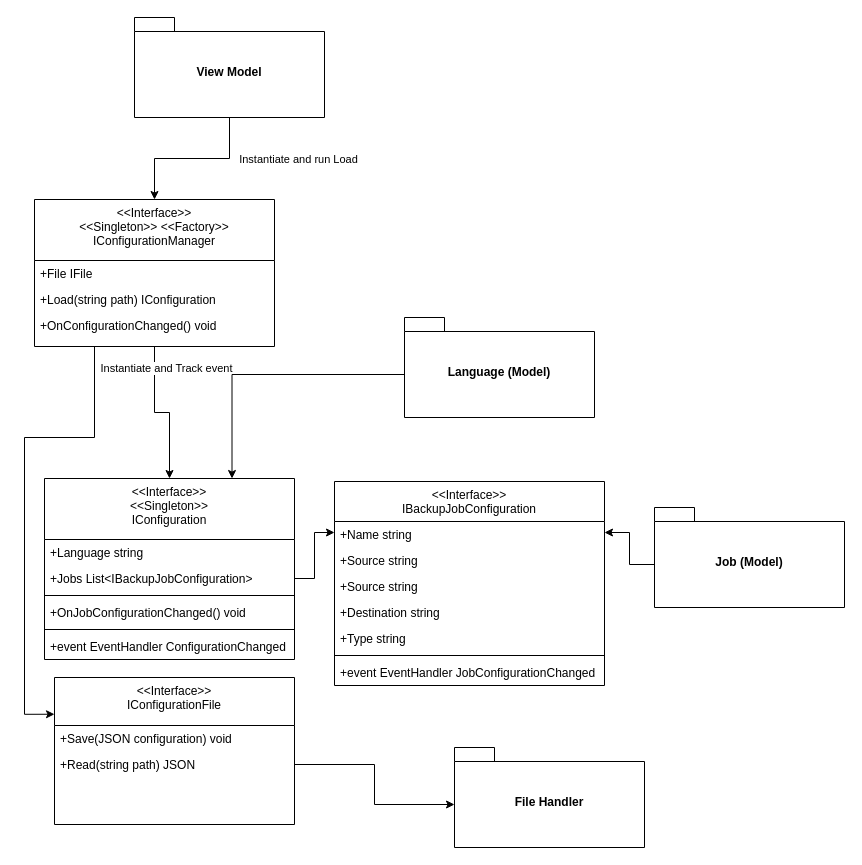
The draw.io diagram page "CONFIGURATION (MODEL)" (5 of 7) of Doc/Diagrams/Source Files/ClassDiagram.drawio in CESI-ORLEANS-INGE/ProjetGenieLogicielGroupe1, before the edit. Source tidied: cells renumbered, new cells numbered last; positions are measured from the earlier drawing's top-left corner, leaving out a move shared by most shapes. Both pictures are drawn from the tidied source at 100%, with x=0, y=0 at pixel (24, 17).
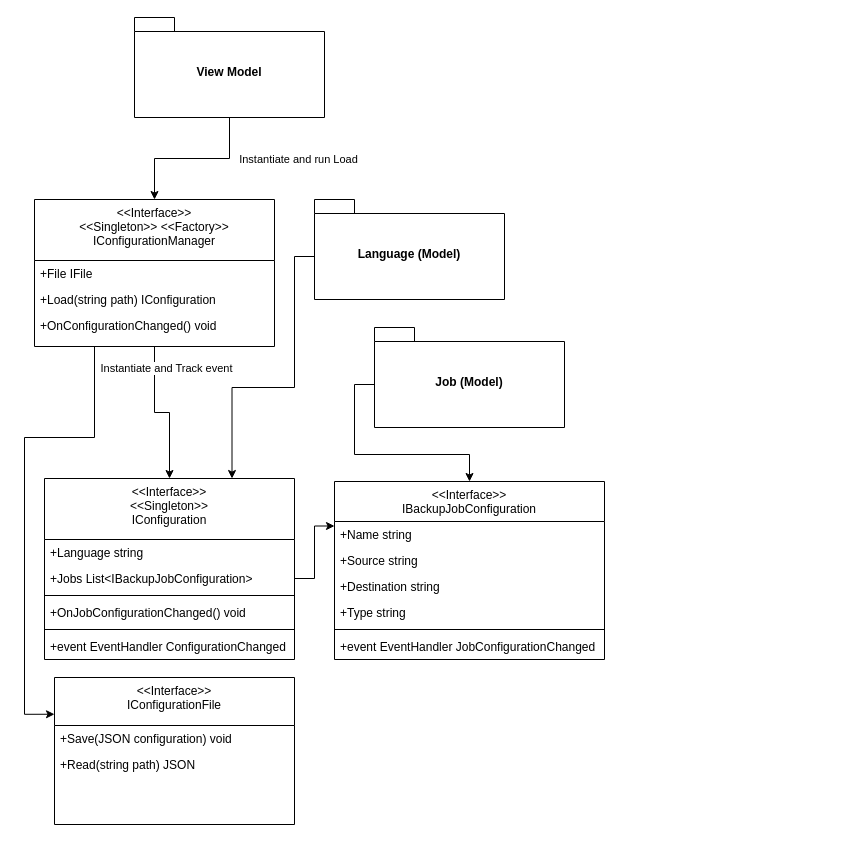
Above is the later version.

The change refers to these unchanged cells:
```xml
<mxCell id="2" value="&lt;&lt;Interface&gt;&gt;&#10;&lt;&lt;Singleton&gt;&gt;&#10;IConfiguration" style="swimlane;fontStyle=0;align=center;verticalAlign=top;horizontal=1;startSize=61;rounded=0;shadow=0;strokeWidth=1;" parent="1" vertex="1">
  <mxGeometry x="20" y="461" width="250" height="181" as="geometry" />
</mxCell>
<mxCell id="28" value="+Read(string path) JSON" style="text;align=left;verticalAlign=top;spacingLeft=4;spacingRight=4;overflow=hidden;points=[[0,0.5],[1,0.5]];portConstraint=eastwest;" parent="26" vertex="1">
  <mxGeometry y="74" width="240" height="26" as="geometry" />
</mxCell>
```

What changed in the source:
```diff
@@
     <mxCell id="9" value="&lt;&lt;Interface&gt;&gt;&#10;IBackupJobConfiguration" style="swimlane;fontStyle=0;align=center;verticalAlign=top;horizontal=1;startSize=40;rounded=0;shadow=0;strokeWidth=1;" parent="1" vertex="1">
-      <mxGeometry x="310" y="464" width="270" height="204" as="geometry" />
+      <mxGeometry x="310" y="464" width="270" height="178" as="geometry" />
     </mxCell>
@@
-    <mxCell id="12" value="+Source string" style="text;align=left;verticalAlign=top;spacingLeft=4;spacingRight=4;overflow=hidden;" parent="9" vertex="1">
-      <mxGeometry y="92" width="270" height="26" as="geometry" />
-    </mxCell>
     <mxCell id="13" value="+Destination string" style="text;align=left;verticalAlign=top;spacingLeft=4;spacingRight=4;overflow=hidden;" parent="9" vertex="1">
-      <mxGeometry y="118" width="270" height="26" as="geometry" />
+      <mxGeometry y="92" width="270" height="26" as="geometry" />
     </mxCell>
     <mxCell id="14" value="+Type string" style="text;align=left;verticalAlign=top;spacingLeft=4;spacingRight=4;overflow=hidden;" parent="9" vertex="1">
-      <mxGeometry y="144" width="270" height="26" as="geometry" />
+      <mxGeometry y="118" width="270" height="26" as="geometry" />
     </mxCell>
     <mxCell id="15" style="line;strokeWidth=1;fillColor=none;align=left;verticalAlign=middle;spacingTop=-1;spacingLeft=3;spacingRight=3;labelPosition=right;strokeColor=inherit;" parent="9" vertex="1">
-      <mxGeometry y="170" width="270" height="8" as="geometry" />
+      <mxGeometry y="144" width="270" height="8" as="geometry" />
     </mxCell>
     <mxCell id="16" value="+event EventHandler JobConfigurationChanged" style="text;align=left;verticalAlign=top;spacingLeft=4;spacingRight=4;overflow=hidden;" parent="9" vertex="1">
-      <mxGeometry y="178" width="270" height="26" as="geometry" />
+      <mxGeometry y="152" width="270" height="26" as="geometry" />
     </mxCell>
@@
-    <mxCell id="29" style="edgeStyle=orthogonalEdgeStyle;rounded=0;jettySize=auto;html=1;exitX=0;exitY=0;exitDx=0;exitDy=57;entryX=1;entryY=0.25;entryDx=0;entryDy=0;exitPerimeter=0;" parent="1" edge="1" source="33" target="9">
+    <mxCell id="29" style="edgeStyle=orthogonalEdgeStyle;rounded=0;jettySize=auto;html=1;exitX=0;exitY=0;exitDx=0;exitDy=57;exitPerimeter=0;" parent="1" edge="1" source="33" target="9">
       <mxGeometry relative="1" as="geometry" />
     </mxCell>
@@
-    <mxCell id="31" value="File Handler" style="shape=folder;fontStyle=1;spacingTop=10;tabWidth=40;tabHeight=14;tabPosition=left;html=1;whiteSpace=wrap;" parent="1" vertex="1">
-      <mxGeometry x="430" y="730" width="190" height="100" as="geometry" />
-    </mxCell>
-    <mxCell id="32" style="edgeStyle=orthogonalEdgeStyle;shape=connector;rounded=0;jumpStyle=arc;jettySize=auto;html=1;exitX=1;exitY=0.5;exitDx=0;exitDy=0;entryX=0;entryY=0;entryDx=0;entryDy=57;entryPerimeter=0;strokeColor=default;align=center;verticalAlign=middle;fontFamily=Helvetica;fontSize=11;fontColor=default;labelBackgroundColor=default;endArrow=classic;" parent="1" edge="1" source="28" target="31">
-      <mxGeometry relative="1" as="geometry" />
-    </mxCell>
     <mxCell id="33" value="Job (Model)" style="shape=folder;fontStyle=1;spacingTop=10;tabWidth=40;tabHeight=14;tabPosition=left;html=1;whiteSpace=wrap;" parent="1" vertex="1">
-      <mxGeometry x="630" y="490" width="190" height="100" as="geometry" />
+      <mxGeometry x="350" y="310" width="190" height="100" as="geometry" />
     </mxCell>
@@
     <mxCell id="35" style="edgeStyle=orthogonalEdgeStyle;shape=connector;rounded=0;jumpStyle=arc;jettySize=auto;html=1;exitX=0;exitY=0;exitDx=0;exitDy=57;exitPerimeter=0;entryX=0.75;entryY=0;entryDx=0;entryDy=0;strokeColor=default;align=center;verticalAlign=middle;fontFamily=Helvetica;fontSize=11;fontColor=default;labelBackgroundColor=default;endArrow=classic;" parent="1" edge="1" source="36" target="2">
-      <mxGeometry relative="1" as="geometry" />
+      <mxGeometry relative="1" as="geometry">
+        <Array as="points">
+          <mxPoint x="270" y="239" />
+          <mxPoint x="270" y="370" />
+          <mxPoint x="208" y="370" />
+        </Array>
+      </mxGeometry>
     </mxCell>
     <mxCell id="36" value="Language (Model)" style="shape=folder;fontStyle=1;spacingTop=10;tabWidth=40;tabHeight=14;tabPosition=left;html=1;whiteSpace=wrap;" parent="1" vertex="1">
-      <mxGeometry x="380" y="300" width="190" height="100" as="geometry" />
+      <mxGeometry x="290" y="182" width="190" height="100" as="geometry" />
     </mxCell>
```
